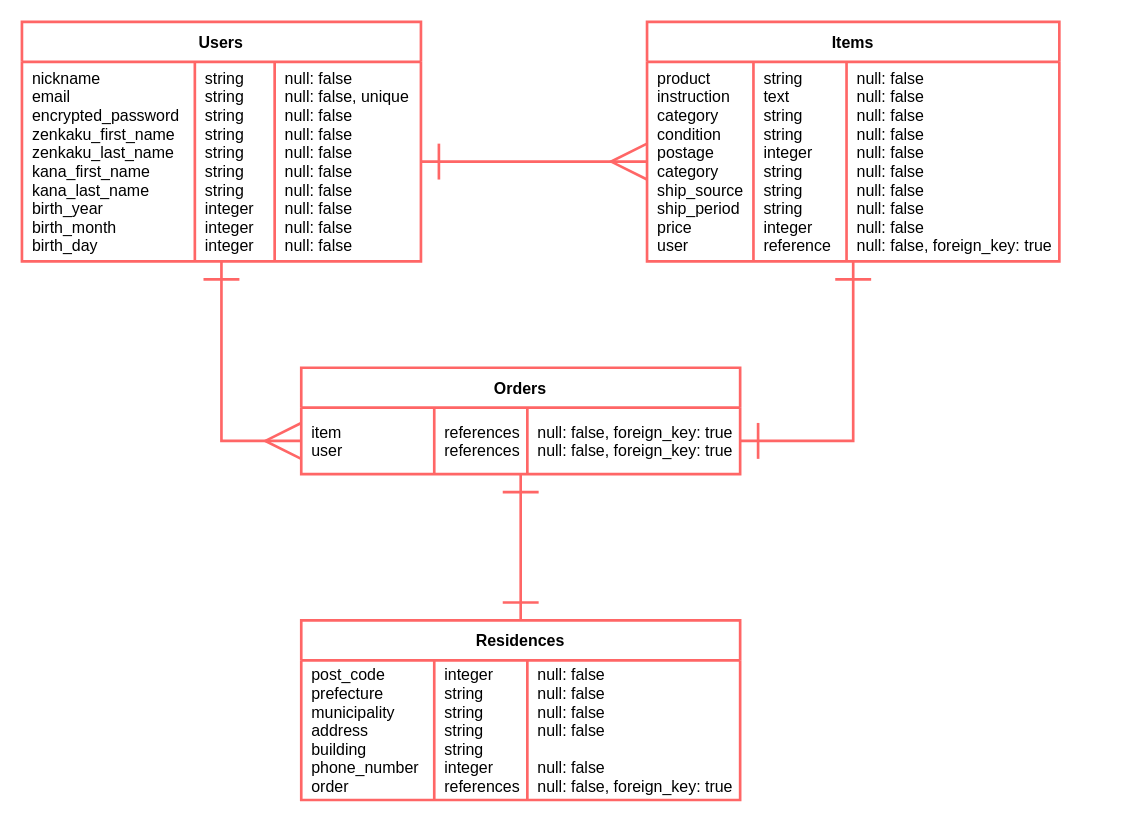
greenwalk/furima-37026 keeps this draw.io diagram as furima.dio. Above is the earlier version. Source tidied: cells renumbered, new cells numbered last; positions are measured from the earlier drawing's top-left corner, leaving out a move shared by most shapes. Both pictures are drawn from the tidied source at 133%, with x=0, y=0 at pixel (21, 21).
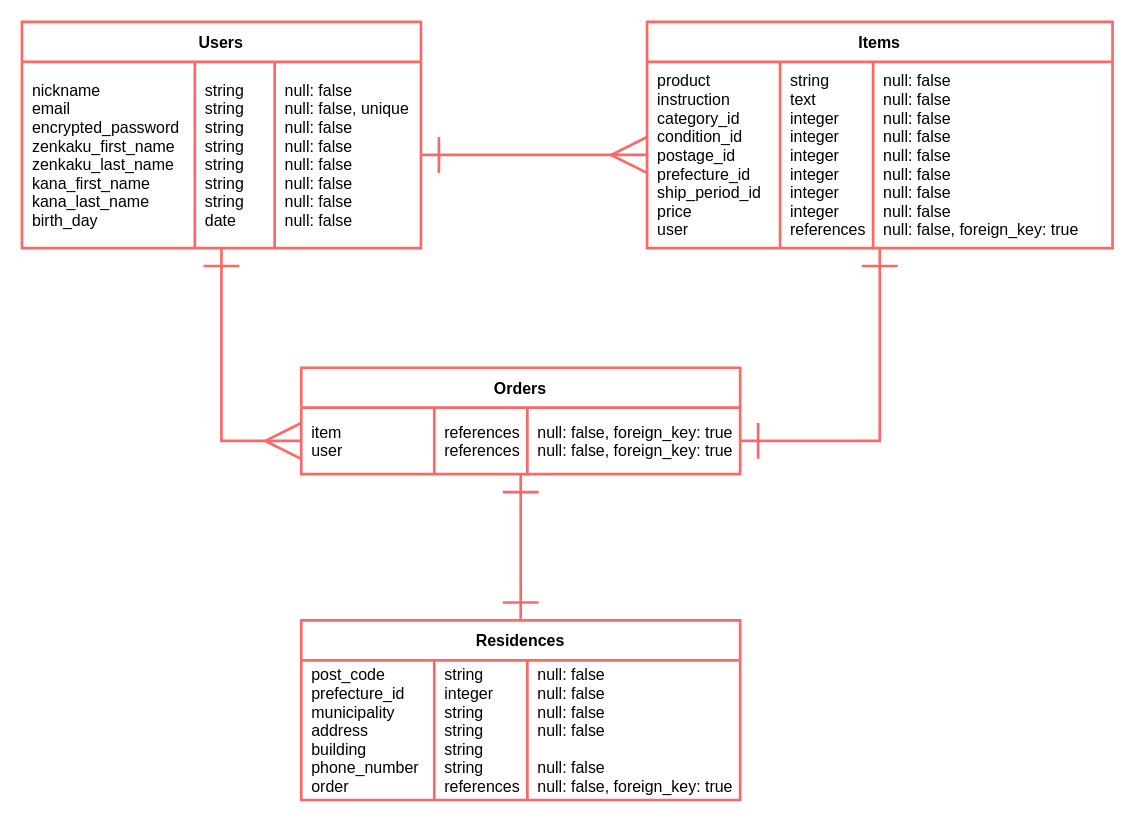
After the change.

Unchanged cells that the change refers to:
```xml
<mxCell id="16" style="shape=partialRectangle;fillColor=none;top=0;left=0;bottom=0;right=0;points=[[0,0.5],[1,0.5]];portConstraint=eastwest;" parent="15" vertex="1">
  <mxGeometry y="30" width="330" height="50" as="geometry" />
</mxCell>
<mxCell id="21" style="shape=partialRectangle;fillColor=none;top=0;left=0;bottom=0;right=0;" parent="20" vertex="1">
  <mxGeometry y="30" width="330" height="105" as="geometry" />
</mxCell>
```

The edit, as a diff of the source:
```diff
@@
     <mxCell id="3" value="Users" style="shape=table;startSize=30;childLayout=tableLayout;rowLines=0;fontStyle=1;align=center;labelBorderColor=none;strokeWidth=2;strokeColor=#FF6666;" parent="1" vertex="1">
-      <mxGeometry width="300" height="180" as="geometry" />
+      <mxGeometry width="300" height="170" as="geometry" />
     </mxCell>
     <mxCell id="4" style="shape=partialRectangle;fillColor=none;top=0;left=0;bottom=0;right=0;points=[[0,0.5],[1,0.5]];portConstraint=eastwest;" parent="3" vertex="1">
-      <mxGeometry y="30" width="300" height="150" as="geometry" />
+      <mxGeometry y="30" width="300" height="140" as="geometry" />
     </mxCell>
-    <mxCell id="5" value="nickname&#10;email&#10;encrypted_password&#10;zenkaku_first_name&#10;zenkaku_last_name&#10;kana_first_name&#10;kana_last_name&#10;birth_year&#10;birth_month&#10;birth_day" style="shape=partialRectangle;fillColor=none;top=0;left=0;bottom=0;right=0;fontStyle=0;overflow=hidden;align=left;spacingTop=0;spacing=2;fontFamily=Helvetica;spacingLeft=6;" parent="4" vertex="1">
-      <mxGeometry width="130" height="150" as="geometry" />
+    <mxCell id="5" value="nickname&#10;email&#10;encrypted_password&#10;zenkaku_first_name&#10;zenkaku_last_name&#10;kana_first_name&#10;kana_last_name&#10;birth_day" style="shape=partialRectangle;fillColor=none;top=0;left=0;bottom=0;right=0;fontStyle=0;overflow=hidden;align=left;spacingTop=0;spacing=2;fontFamily=Helvetica;spacingLeft=6;" parent="4" vertex="1">
+      <mxGeometry width="130" height="140" as="geometry" />
     </mxCell>
-    <mxCell id="6" value="string &#10;string &#10;string &#10;string &#10;string &#10;string &#10;string &#10;integer&#10;integer&#10;integer" style="shape=partialRectangle;fillColor=none;top=0;left=0;bottom=0;right=0;align=left;spacingLeft=6;fontStyle=0;overflow=hidden;" parent="4" vertex="1">
-      <mxGeometry x="130" width="60" height="150" as="geometry" />
+    <mxCell id="6" value="string &#10;string &#10;string &#10;string &#10;string &#10;string &#10;string &#10;date" style="shape=partialRectangle;fillColor=none;top=0;left=0;bottom=0;right=0;align=left;spacingLeft=6;fontStyle=0;overflow=hidden;" parent="4" vertex="1">
+      <mxGeometry x="130" width="60" height="140" as="geometry" />
     </mxCell>
-    <mxCell id="7" value="null: false        &#10;null: false, unique&#10;null: false        &#10;null: false        &#10;null: false        &#10;null: false        &#10;null: false        &#10;null: false        &#10;null: false        &#10;null: false        " style="shape=partialRectangle;fillColor=none;top=0;left=0;bottom=0;right=0;align=left;spacingLeft=6;fontStyle=0;overflow=hidden;" parent="4" vertex="1">
-      <mxGeometry x="190" width="110" height="150" as="geometry" />
+    <mxCell id="7" value="null: false        &#10;null: false, unique&#10;null: false        &#10;null: false        &#10;null: false        &#10;null: false        &#10;null: false        &#10;null: false                " style="shape=partialRectangle;fillColor=none;top=0;left=0;bottom=0;right=0;align=left;spacingLeft=6;fontStyle=0;overflow=hidden;" parent="4" vertex="1">
+      <mxGeometry x="190" width="110" height="140" as="geometry" />
     </mxCell>
     <mxCell id="8" style="edgeStyle=none;rounded=0;html=1;entryX=1;entryY=0.5;entryDx=0;entryDy=0;fontFamily=Helvetica;fontColor=#000000;startArrow=ERone;startFill=0;endArrow=ERone;endFill=0;startSize=24;endSize=24;sourcePerimeterSpacing=0;strokeWidth=2;strokeColor=#FF6666;" parent="1" edge="1" source="9" target="16">
       <mxGeometry relative="1" as="geometry">
         <Array as="points">
-          <mxPoint x="625" y="315" />
+          <mxPoint x="645" y="315" />
         </Array>
       </mxGeometry>
     </mxCell>
     <mxCell id="9" value="Items" style="shape=table;startSize=30;childLayout=tableLayout;rowLines=0;fontStyle=1;align=center;labelBorderColor=none;strokeWidth=2;strokeColor=#FF6666;" parent="1" vertex="1">
-      <mxGeometry x="470" width="310" height="180" as="geometry" />
+      <mxGeometry x="470" width="350" height="170" as="geometry" />
     </mxCell>
     <mxCell id="10" style="shape=partialRectangle;fillColor=none;top=0;left=0;bottom=0;right=0;points=[[0,0.5],[1,0.5]];portConstraint=eastwest;" parent="9" vertex="1">
-      <mxGeometry y="30" width="310" height="150" as="geometry" />
+      <mxGeometry y="30" width="350" height="140" as="geometry" />
     </mxCell>
-    <mxCell id="11" value="product    &#10;instruction&#10;category   &#10;condition  &#10;postage    &#10;category   &#10;ship_source&#10;ship_period&#10;price      &#10;user       " style="shape=partialRectangle;fillColor=none;top=0;left=0;bottom=0;right=0;fontStyle=0;overflow=hidden;align=left;spacingTop=0;spacing=2;fontFamily=Helvetica;spacingLeft=6;" parent="10" vertex="1">
-      <mxGeometry width="80" height="150" as="geometry" />
+    <mxCell id="11" value="product    &#10;instruction&#10;category_id   &#10;condition_id &#10;postage_id      &#10;prefecture_id&#10;ship_period_id&#10;price      &#10;user       " style="shape=partialRectangle;fillColor=none;top=0;left=0;bottom=0;right=0;fontStyle=0;overflow=hidden;align=left;spacingTop=0;spacing=2;fontFamily=Helvetica;spacingLeft=6;" parent="10" vertex="1">
+      <mxGeometry width="100" height="140" as="geometry" />
     </mxCell>
-    <mxCell id="12" value="string   &#10;text     &#10;string   &#10;string   &#10;integer  &#10;string   &#10;string   &#10;string   &#10;integer  &#10;reference" style="shape=partialRectangle;fillColor=none;top=0;left=0;bottom=0;right=0;align=left;spacingLeft=6;fontStyle=0;overflow=hidden;" parent="10" vertex="1">
-      <mxGeometry x="80" width="70" height="150" as="geometry" />
+    <mxCell id="12" value="string   &#10;text     &#10;integer   &#10;integer   &#10;integer    &#10;integer   &#10;integer &#10;integer  &#10;references" style="shape=partialRectangle;fillColor=none;top=0;left=0;bottom=0;right=0;align=left;spacingLeft=6;fontStyle=0;overflow=hidden;" parent="10" vertex="1">
+      <mxGeometry x="100" width="70" height="140" as="geometry" />
     </mxCell>
-    <mxCell id="13" value="null: false                   &#10;null: false                   &#10;null: false                   &#10;null: false                   &#10;null: false                   &#10;null: false                   &#10;null: false                   &#10;null: false                   &#10;null: false                   &#10;null: false, foreign_key: true" style="shape=partialRectangle;fillColor=none;top=0;left=0;bottom=0;right=0;align=left;spacingLeft=6;fontStyle=0;overflow=hidden;" parent="10" vertex="1">
-      <mxGeometry x="150" width="160" height="150" as="geometry" />
+    <mxCell id="13" value="null: false                   &#10;null: false                   &#10;null: false                   &#10;null: false                   &#10;null: false                                      &#10;null: false                   &#10;null: false                   &#10;null: false                   &#10;null: false, foreign_key: true" style="shape=partialRectangle;fillColor=none;top=0;left=0;bottom=0;right=0;align=left;spacingLeft=6;fontStyle=0;overflow=hidden;" parent="10" vertex="1">
+      <mxGeometry x="170" width="180" height="140" as="geometry" />
     </mxCell>
@@
-    <mxCell id="22" value="post_code   &#10;prefecture  &#10;municipality&#10;address     &#10;building    &#10;phone_number&#10;order       " style="shape=partialRectangle;fillColor=none;top=0;left=0;bottom=0;right=0;fontStyle=0;overflow=hidden;align=left;spacingTop=0;spacing=2;fontFamily=Helvetica;spacingLeft=6;" parent="21" vertex="1">
+    <mxCell id="22" value="post_code   &#10;prefecture_id  &#10;municipality&#10;address     &#10;building    &#10;phone_number&#10;order       " style="shape=partialRectangle;fillColor=none;top=0;left=0;bottom=0;right=0;fontStyle=0;overflow=hidden;align=left;spacingTop=0;spacing=2;fontFamily=Helvetica;spacingLeft=6;" parent="21" vertex="1">
       <mxGeometry width="100" height="105" as="geometry" />
     </mxCell>
-    <mxCell id="23" value="integer   &#10;string    &#10;string    &#10;string    &#10;string    &#10;integer   &#10;references" style="shape=partialRectangle;fillColor=none;top=0;left=0;bottom=0;right=0;align=left;spacingLeft=6;fontStyle=0;overflow=hidden;" parent="21" vertex="1">
+    <mxCell id="23" value="string   &#10;integer    &#10;string    &#10;string    &#10;string    &#10;string  &#10;references" style="shape=partialRectangle;fillColor=none;top=0;left=0;bottom=0;right=0;align=left;spacingLeft=6;fontStyle=0;overflow=hidden;" parent="21" vertex="1">
       <mxGeometry x="100" width="70" height="105" as="geometry" />
     </mxCell>
```
